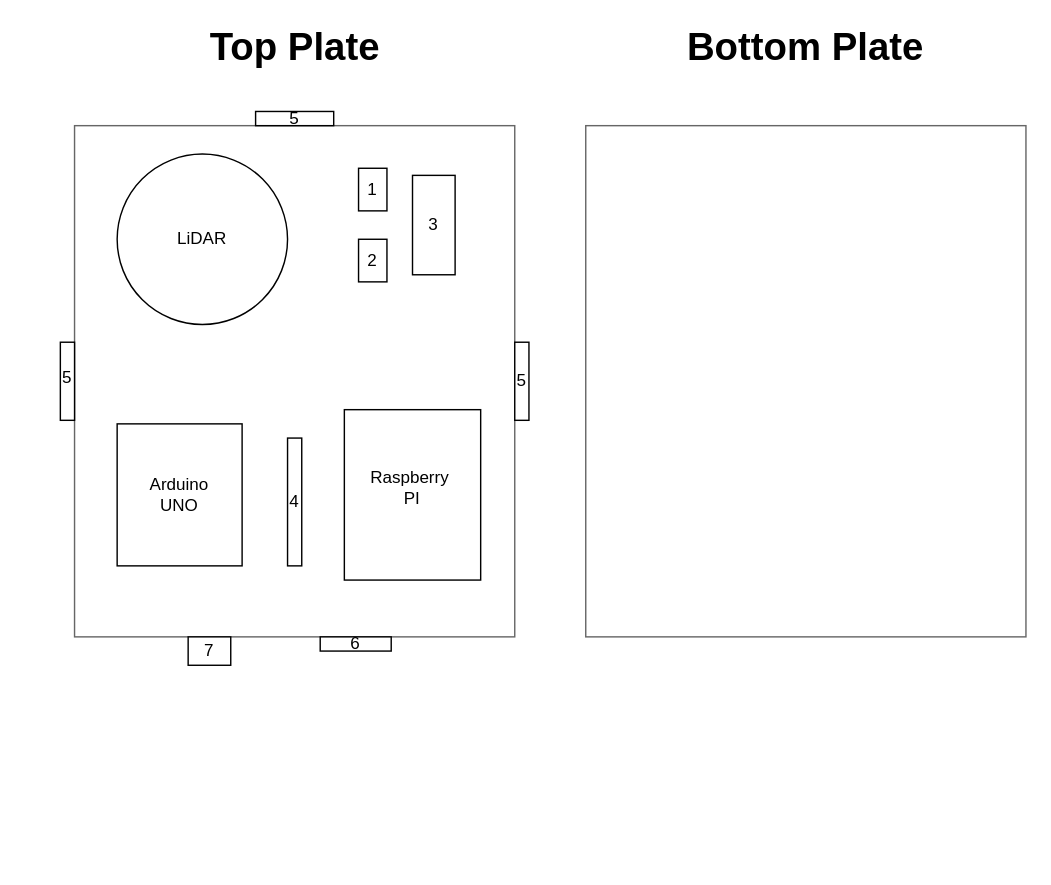
This is HardwareOverview.drawio from Gab1575/MREN203_Group9, a draw.io file, before an edit. Source tidied: cells renumbered, new cells numbered last; positions are measured from the earlier drawing's top-left corner, leaving out a move shared by most shapes. Both pictures are drawn from the tidied source at 142%, with x=0, y=0 at pixel (24, 26).
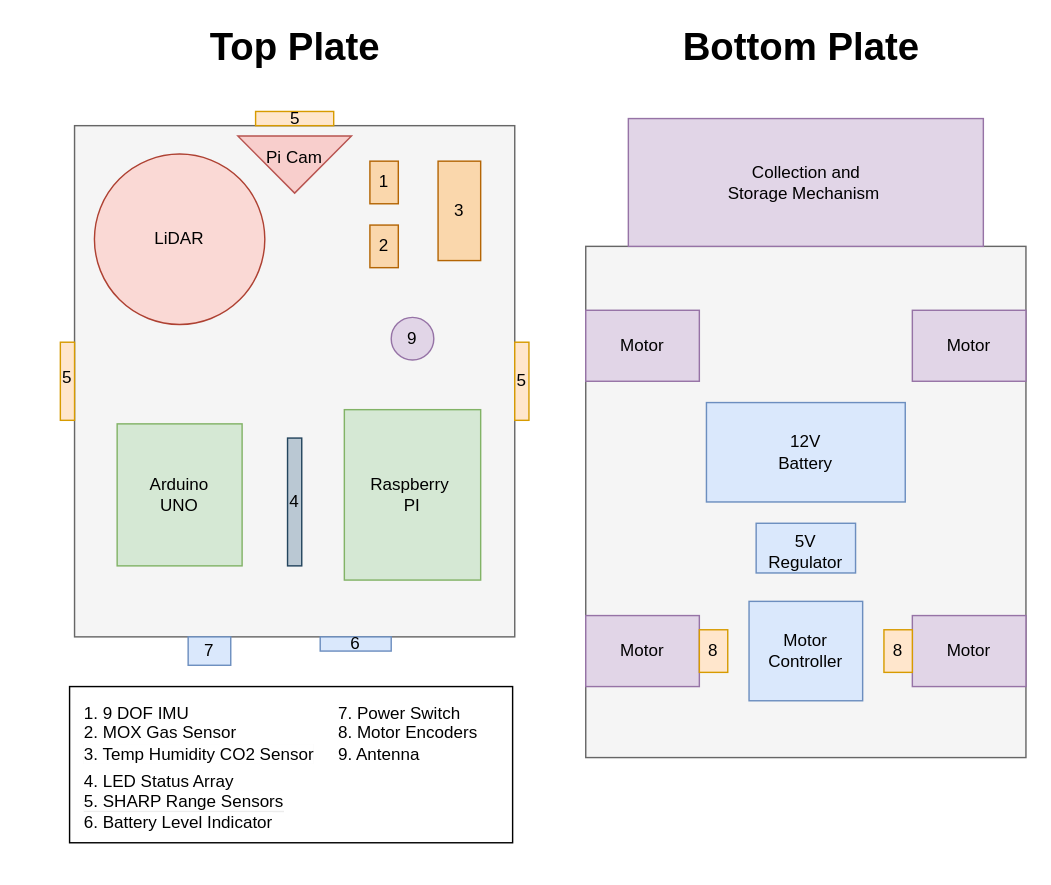
The same diagram, later.

Change to the diagram source:
```diff
@@
-    <mxCell id="2" style="rounded=0;whiteSpace=wrap;html=1;strokeColor=#666666;" parent="1" vertex="1">
+    <mxCell id="2" style="rounded=0;whiteSpace=wrap;html=1;strokeColor=#666666;fillColor=#f5f5f5;fontColor=#333333;" parent="1" vertex="1">
       <mxGeometry x="35" y="70" width="310" height="360" as="geometry" />
     </mxCell>
-    <mxCell id="3" style="ellipse;whiteSpace=wrap;html=1;" parent="1" vertex="1">
-      <mxGeometry x="65" y="90" width="120" height="120" as="geometry" />
+    <mxCell id="3" style="ellipse;whiteSpace=wrap;html=1;fillColor=#fad9d5;strokeColor=#ae4132;" parent="1" vertex="1">
+      <mxGeometry x="49" y="90" width="120" height="120" as="geometry" />
     </mxCell>
-    <mxCell id="4" style="rounded=0;whiteSpace=wrap;html=1;" parent="1" vertex="1">
+    <mxCell id="4" style="rounded=0;whiteSpace=wrap;html=1;fillColor=#d5e8d4;strokeColor=#82b366;" parent="1" vertex="1">
       <mxGeometry x="225" y="270" width="96" height="120" as="geometry" />
     </mxCell>
-    <mxCell id="5" style="rounded=0;whiteSpace=wrap;html=1;" parent="1" vertex="1">
+    <mxCell id="5" style="rounded=0;whiteSpace=wrap;html=1;fillColor=#d5e8d4;strokeColor=#82b366;" parent="1" vertex="1">
       <mxGeometry x="65" y="280" width="88" height="100" as="geometry" />
     </mxCell>
-    <mxCell id="6" style="rounded=0;whiteSpace=wrap;html=1;" parent="1" vertex="1">
-      <mxGeometry x="235" y="150" width="20" height="30" as="geometry" />
+    <mxCell id="6" style="rounded=0;whiteSpace=wrap;html=1;fillColor=#fad7ac;strokeColor=#b46504;" parent="1" vertex="1">
+      <mxGeometry x="243" y="140" width="20" height="30" as="geometry" />
     </mxCell>
-    <mxCell id="7" style="rounded=0;whiteSpace=wrap;html=1;" parent="1" vertex="1">
-      <mxGeometry x="235" y="100" width="20" height="30" as="geometry" />
+    <mxCell id="7" style="rounded=0;whiteSpace=wrap;html=1;fillColor=#fad7ac;strokeColor=#b46504;" parent="1" vertex="1">
+      <mxGeometry x="243" y="95" width="20" height="30" as="geometry" />
     </mxCell>
-    <mxCell id="8" style="rounded=0;whiteSpace=wrap;html=1;" parent="1" vertex="1">
-      <mxGeometry x="273" y="105" width="30" height="70" as="geometry" />
+    <mxCell id="8" style="rounded=0;whiteSpace=wrap;html=1;fillColor=#fad7ac;strokeColor=#b46504;" parent="1" vertex="1">
+      <mxGeometry x="291" y="95" width="30" height="70" as="geometry" />
     </mxCell>
-    <mxCell id="9" style="rounded=0;whiteSpace=wrap;html=1;strokeColor=#666666;" parent="1" vertex="1">
-      <mxGeometry x="395" y="70" width="310" height="360" as="geometry" />
+    <mxCell id="9" style="rounded=0;whiteSpace=wrap;html=1;strokeColor=#666666;fillColor=#f5f5f5;fontColor=#333333;" parent="1" vertex="1">
+      <mxGeometry x="395" y="155" width="310" height="360" as="geometry" />
     </mxCell>
     <mxCell id="10" value="LiDAR" style="text;html=1;whiteSpace=wrap;strokeColor=none;fillColor=none;align=center;verticalAlign=middle;rounded=0;" parent="1" vertex="1">
-      <mxGeometry x="95" y="135" width="60" height="30" as="geometry" />
+      <mxGeometry x="79" y="135" width="60" height="30" as="geometry" />
     </mxCell>
@@
     <mxCell id="12" value="Raspberry&amp;nbsp;&lt;div&gt;PI&lt;/div&gt;" style="text;html=1;whiteSpace=wrap;strokeColor=none;fillColor=none;align=center;verticalAlign=middle;rounded=0;" parent="1" vertex="1">
-      <mxGeometry x="243" y="310" width="60" height="30" as="geometry" />
+      <mxGeometry x="243" y="315" width="60" height="30" as="geometry" />
     </mxCell>
     <mxCell id="13" value="1" style="text;html=1;whiteSpace=wrap;strokeColor=none;fillColor=none;align=center;verticalAlign=middle;rounded=0;" parent="1" vertex="1">
-      <mxGeometry x="215" y="100" width="60" height="30" as="geometry" />
+      <mxGeometry x="228" y="95" width="50" height="30" as="geometry" />
     </mxCell>
     <mxCell id="14" value="2" style="text;html=1;whiteSpace=wrap;strokeColor=none;fillColor=none;align=center;verticalAlign=middle;rounded=0;" parent="1" vertex="1">
-      <mxGeometry x="215" y="150" width="60" height="30" as="geometry" />
+      <mxGeometry x="223" y="140" width="60" height="30" as="geometry" />
     </mxCell>
     <mxCell id="15" value="3" style="text;html=1;whiteSpace=wrap;strokeColor=none;fillColor=none;align=center;verticalAlign=middle;rounded=0;" parent="1" vertex="1">
-      <mxGeometry x="258" y="125" width="60" height="30" as="geometry" />
+      <mxGeometry x="276" y="115" width="60" height="30" as="geometry" />
     </mxCell>
-    <mxCell id="16" style="rounded=0;whiteSpace=wrap;html=1;" parent="1" vertex="1">
+    <mxCell id="16" style="rounded=0;whiteSpace=wrap;html=1;fillColor=#bac8d3;strokeColor=#23445d;" parent="1" vertex="1">
       <mxGeometry x="185" y="290" width="10" height="90" as="geometry" />
     </mxCell>
@@
-    <mxCell id="18" style="rounded=0;whiteSpace=wrap;html=1;" parent="1" vertex="1">
+    <mxCell id="18" style="rounded=0;whiteSpace=wrap;html=1;fillColor=#ffe6cc;strokeColor=#d79b00;" parent="1" vertex="1">
       <mxGeometry x="345" y="222.5" width="10" height="55" as="geometry" />
     </mxCell>
@@
-    <mxCell id="20" style="rounded=0;whiteSpace=wrap;html=1;" parent="1" vertex="1">
+    <mxCell id="20" style="rounded=0;whiteSpace=wrap;html=1;fillColor=#ffe6cc;strokeColor=#d79b00;" parent="1" vertex="1">
       <mxGeometry x="25" y="222.5" width="10" height="55" as="geometry" />
     </mxCell>
@@
-    <mxCell id="22" style="rounded=0;whiteSpace=wrap;html=1;" parent="1" vertex="1">
+    <mxCell id="22" style="rounded=0;whiteSpace=wrap;html=1;fillColor=#ffe6cc;strokeColor=#d79b00;" parent="1" vertex="1">
       <mxGeometry x="162.5" y="60" width="55" height="10" as="geometry" />
     </mxCell>
     <mxCell id="23" value="5" style="text;html=1;whiteSpace=wrap;strokeColor=none;fillColor=none;align=center;verticalAlign=middle;rounded=0;" parent="1" vertex="1">
-      <mxGeometry x="160" y="52.5" width="60" height="25" as="geometry" />
+      <mxGeometry x="172.5" y="52.5" width="35" height="25" as="geometry" />
     </mxCell>
-    <mxCell id="24" style="rounded=0;whiteSpace=wrap;html=1;" parent="1" vertex="1">
+    <mxCell id="24" style="rounded=0;whiteSpace=wrap;html=1;fillColor=#dae8fc;strokeColor=#6c8ebf;" parent="1" vertex="1">
       <mxGeometry x="208" y="430" width="50" height="10" as="geometry" />
     </mxCell>
@@
-    <mxCell id="26" style="rounded=0;whiteSpace=wrap;html=1;" parent="1" vertex="1">
+    <mxCell id="26" style="rounded=0;whiteSpace=wrap;html=1;fillColor=#dae8fc;strokeColor=#6c8ebf;" parent="1" vertex="1">
       <mxGeometry x="115" y="430" width="30" height="20" as="geometry" />
     </mxCell>
@@
     <mxCell id="28" value="&lt;font style=&quot;font-size: 27px;&quot;&gt;&lt;b&gt;Top Plate&lt;/b&gt;&lt;/font&gt;" style="text;html=1;whiteSpace=wrap;strokeColor=none;fillColor=none;align=center;verticalAlign=middle;rounded=0;" parent="1" vertex="1">
-      <mxGeometry x="108.8" width="162.5" height="30" as="geometry" />
+      <mxGeometry x="108.7" width="162.5" height="30" as="geometry" />
     </mxCell>
     <mxCell id="29" value="&lt;font style=&quot;font-size: 27px;&quot;&gt;&lt;b&gt;Bottom Plate&lt;/b&gt;&lt;/font&gt;" style="text;html=1;whiteSpace=wrap;strokeColor=none;fillColor=none;align=center;verticalAlign=middle;rounded=0;" parent="1" vertex="1">
-      <mxGeometry x="461.9" width="176.2" height="30" as="geometry" />
+      <mxGeometry x="458.8" width="176.2" height="30" as="geometry" />
     </mxCell>
+    <mxCell id="30" style="rounded=0;whiteSpace=wrap;html=1;fillColor=#e1d5e7;strokeColor=#9673a6;" parent="1" vertex="1">
+      <mxGeometry x="395" y="415" width="80" height="50" as="geometry" />
+    </mxCell>
+    <mxCell id="31" style="rounded=0;whiteSpace=wrap;html=1;fillColor=#e1d5e7;strokeColor=#9673a6;" parent="1" vertex="1">
+      <mxGeometry x="625" y="415" width="80" height="50" as="geometry" />
+    </mxCell>
+    <mxCell id="32" style="rounded=0;whiteSpace=wrap;html=1;fillColor=#e1d5e7;strokeColor=#9673a6;" parent="1" vertex="1">
+      <mxGeometry x="395" y="200" width="80" height="50" as="geometry" />
+    </mxCell>
+    <mxCell id="33" style="rounded=0;whiteSpace=wrap;html=1;fillColor=#e1d5e7;strokeColor=#9673a6;" parent="1" vertex="1">
+      <mxGeometry x="625" y="200" width="80" height="50" as="geometry" />
+    </mxCell>
+    <mxCell id="34" value="Motor" style="text;html=1;whiteSpace=wrap;strokeColor=none;fillColor=none;align=center;verticalAlign=middle;rounded=0;" parent="1" vertex="1">
+      <mxGeometry x="405" y="210" width="60" height="30" as="geometry" />
+    </mxCell>
+    <mxCell id="35" value="Motor" style="text;html=1;whiteSpace=wrap;strokeColor=none;fillColor=none;align=center;verticalAlign=middle;rounded=0;" parent="1" vertex="1">
+      <mxGeometry x="405" y="425" width="60" height="30" as="geometry" />
+    </mxCell>
+    <mxCell id="36" value="Motor" style="text;html=1;whiteSpace=wrap;strokeColor=none;fillColor=none;align=center;verticalAlign=middle;rounded=0;" parent="1" vertex="1">
+      <mxGeometry x="635" y="210" width="60" height="30" as="geometry" />
+    </mxCell>
+    <mxCell id="37" value="Motor" style="text;html=1;whiteSpace=wrap;strokeColor=none;fillColor=none;align=center;verticalAlign=middle;rounded=0;" parent="1" vertex="1">
+      <mxGeometry x="635" y="425" width="60" height="30" as="geometry" />
+    </mxCell>
+    <mxCell id="38" style="rounded=0;whiteSpace=wrap;html=1;fillColor=#dae8fc;strokeColor=#6c8ebf;" parent="1" vertex="1">
+      <mxGeometry x="480" y="265" width="140" height="70" as="geometry" />
+    </mxCell>
+    <mxCell id="39" value="12V Battery" style="text;html=1;whiteSpace=wrap;strokeColor=none;fillColor=none;align=center;verticalAlign=middle;rounded=0;" parent="1" vertex="1">
+      <mxGeometry x="520" y="285" width="60" height="30" as="geometry" />
+    </mxCell>
+    <mxCell id="40" style="rounded=0;whiteSpace=wrap;html=1;fillColor=#dae8fc;strokeColor=#6c8ebf;" parent="1" vertex="1">
+      <mxGeometry x="515" y="350" width="70" height="35" as="geometry" />
+    </mxCell>
+    <mxCell id="41" value="5V Regulator" style="text;html=1;whiteSpace=wrap;strokeColor=none;fillColor=none;align=center;verticalAlign=middle;rounded=0;" parent="1" vertex="1">
+      <mxGeometry x="520" y="355" width="60" height="30" as="geometry" />
+    </mxCell>
+    <mxCell id="42" style="rounded=0;whiteSpace=wrap;html=1;fillColor=#dae8fc;strokeColor=#6c8ebf;" parent="1" vertex="1">
+      <mxGeometry x="510" y="405" width="80" height="70" as="geometry" />
+    </mxCell>
+    <mxCell id="43" value="Motor Controller" style="text;html=1;whiteSpace=wrap;strokeColor=none;fillColor=none;align=center;verticalAlign=middle;rounded=0;" parent="1" vertex="1">
+      <mxGeometry x="520" y="425" width="60" height="30" as="geometry" />
+    </mxCell>
+    <mxCell id="44" style="rounded=0;whiteSpace=wrap;html=1;fillColor=#ffe6cc;strokeColor=#d79b00;" parent="1" vertex="1">
+      <mxGeometry x="475" y="425" width="20" height="30" as="geometry" />
+    </mxCell>
+    <mxCell id="45" style="rounded=0;whiteSpace=wrap;html=1;fillColor=#ffe6cc;strokeColor=#d79b00;" parent="1" vertex="1">
+      <mxGeometry x="605" y="425" width="20" height="30" as="geometry" />
+    </mxCell>
+    <mxCell id="46" value="8" style="text;html=1;whiteSpace=wrap;strokeColor=none;fillColor=none;align=center;verticalAlign=middle;rounded=0;" parent="1" vertex="1">
+      <mxGeometry x="455" y="425" width="60" height="30" as="geometry" />
+    </mxCell>
+    <mxCell id="47" value="8" style="text;html=1;whiteSpace=wrap;strokeColor=none;fillColor=none;align=center;verticalAlign=middle;rounded=0;" parent="1" vertex="1">
+      <mxGeometry x="585" y="425" width="60" height="30" as="geometry" />
+    </mxCell>
+    <mxCell id="48" style="triangle;whiteSpace=wrap;html=1;rotation=90;fillColor=#f8cecc;strokeColor=#b85450;" parent="1" vertex="1">
+      <mxGeometry x="169.9" y="57.4" width="40.2" height="80" as="geometry" />
+    </mxCell>
+    <mxCell id="49" value="Pi Cam" style="text;html=1;whiteSpace=wrap;strokeColor=none;fillColor=none;align=center;verticalAlign=middle;rounded=0;" parent="1" vertex="1">
+      <mxGeometry x="160" y="77.5" width="60" height="30" as="geometry" />
+    </mxCell>
+    <mxCell id="50" style="rounded=0;whiteSpace=wrap;html=1;fillColor=#E1D5E7;strokeColor=#9673a6;" parent="1" vertex="1">
+      <mxGeometry x="425" y="65" width="250" height="90" as="geometry" />
+    </mxCell>
+    <mxCell id="51" value="Collection and Storage Mechanism&amp;nbsp;" style="text;html=1;whiteSpace=wrap;strokeColor=none;fillColor=none;align=center;verticalAlign=middle;rounded=0;" parent="1" vertex="1">
+      <mxGeometry x="492.5" y="95" width="115" height="30" as="geometry" />
+    </mxCell>
+    <mxCell id="52" style="ellipse;whiteSpace=wrap;html=1;fillColor=#e1d5e7;strokeColor=#9673a6;" parent="1" vertex="1">
+      <mxGeometry x="258" y="205" width="30" height="30" as="geometry" />
+    </mxCell>
+    <mxCell id="53" value="9" style="text;html=1;whiteSpace=wrap;strokeColor=none;fillColor=none;align=center;verticalAlign=middle;rounded=0;" parent="1" vertex="1">
+      <mxGeometry x="243" y="205" width="60" height="30" as="geometry" />
+    </mxCell>
+    <mxCell id="54" style="rounded=0;whiteSpace=wrap;html=1;" parent="1" vertex="1">
+      <mxGeometry x="31.5" y="465" width="312" height="110" as="geometry" />
+    </mxCell>
+    <mxCell id="55" value="&lt;div style=&quot;forced-color-adjust: none; color: rgb(0, 0, 0); font-family: Helvetica; font-size: 12px; font-style: normal; font-variant-ligatures: normal; font-variant-caps: normal; font-weight: 400; letter-spacing: normal; orphans: 2; text-align: left; text-indent: 0px; text-transform: none; widows: 2; word-spacing: 0px; -webkit-text-stroke-width: 0px; white-space: normal; text-decoration-thickness: initial; text-decoration-style: initial; text-decoration-color: initial;&quot;&gt;&lt;span style=&quot;background-color: light-dark(#ffffff, var(--ge-dark-color, #121212));&quot;&gt;4. LED Status Array&lt;/span&gt;&lt;/div&gt;&lt;div style=&quot;forced-color-adjust: none; color: rgb(0, 0, 0); font-family: Helvetica; font-size: 12px; font-style: normal; font-variant-ligatures: normal; font-variant-caps: normal; font-weight: 400; letter-spacing: normal; orphans: 2; text-align: left; text-indent: 0px; text-transform: none; widows: 2; word-spacing: 0px; -webkit-text-stroke-width: 0px; white-space: normal; text-decoration-thickness: initial; text-decoration-style: initial; text-decoration-color: initial; background-color: rgb(236, 236, 236);&quot;&gt;&lt;span style=&quot;background-color: light-dark(#ffffff, var(--ge-dark-color, #121212));&quot;&gt;5. SHARP Range Sensors&lt;/span&gt;&lt;/div&gt;&lt;div style=&quot;forced-color-adjust: none; color: rgb(0, 0, 0); font-family: Helvetica; font-size: 12px; font-style: normal; font-variant-ligatures: normal; font-variant-caps: normal; font-weight: 400; letter-spacing: normal; orphans: 2; text-align: left; text-indent: 0px; text-transform: none; widows: 2; word-spacing: 0px; -webkit-text-stroke-width: 0px; white-space: normal; text-decoration-thickness: initial; text-decoration-style: initial; text-decoration-color: initial;&quot;&gt;&lt;span style=&quot;background-color: light-dark(#ffffff, var(--ge-dark-color, #121212));&quot;&gt;6. Battery Level Indicator&lt;/span&gt;&lt;/div&gt;" style="text;whiteSpace=wrap;html=1;" parent="1" vertex="1">
+      <mxGeometry x="39.5" y="518" width="170" height="70" as="geometry" />
+    </mxCell>
+    <mxCell id="56" value="&lt;div style=&quot;forced-color-adjust: none; color: rgb(0, 0, 0); font-family: Helvetica; font-size: 12px; font-style: normal; font-variant-ligatures: normal; font-variant-caps: normal; font-weight: 400; letter-spacing: normal; orphans: 2; text-align: left; text-indent: 0px; text-transform: none; widows: 2; word-spacing: 0px; -webkit-text-stroke-width: 0px; white-space: normal; text-decoration-thickness: initial; text-decoration-style: initial; text-decoration-color: initial;&quot;&gt;&lt;span style=&quot;background-color: light-dark(#ffffff, var(--ge-dark-color, #121212));&quot;&gt;7. Power Switch&lt;/span&gt;&lt;/div&gt;&lt;div style=&quot;forced-color-adjust: none; color: rgb(0, 0, 0); font-family: Helvetica; font-size: 12px; font-style: normal; font-variant-ligatures: normal; font-variant-caps: normal; font-weight: 400; letter-spacing: normal; orphans: 2; text-align: left; text-indent: 0px; text-transform: none; widows: 2; word-spacing: 0px; -webkit-text-stroke-width: 0px; white-space: normal; text-decoration-thickness: initial; text-decoration-style: initial; text-decoration-color: initial;&quot;&gt;&lt;span style=&quot;background-color: light-dark(#ffffff, var(--ge-dark-color, #121212));&quot;&gt;8. Motor Encoders&lt;/span&gt;&lt;/div&gt;&lt;div style=&quot;forced-color-adjust: none; color: rgb(0, 0, 0); font-family: Helvetica; font-size: 12px; font-style: normal; font-variant-ligatures: normal; font-variant-caps: normal; font-weight: 400; letter-spacing: normal; orphans: 2; text-align: left; text-indent: 0px; text-transform: none; widows: 2; word-spacing: 0px; -webkit-text-stroke-width: 0px; white-space: normal; text-decoration-thickness: initial; text-decoration-style: initial; text-decoration-color: initial;&quot;&gt;&lt;span style=&quot;background-color: light-dark(#ffffff, var(--ge-dark-color, #121212));&quot;&gt;9. Antenna&amp;nbsp;&lt;/span&gt;&lt;/div&gt;" style="text;whiteSpace=wrap;html=1;" parent="1" vertex="1">
+      <mxGeometry x="218.5" y="470" width="130" height="70" as="geometry" />
+    </mxCell>
+    <mxCell id="57" value="&lt;span style=&quot;color: rgb(0, 0, 0); font-family: Helvetica; font-size: 12px; font-style: normal; font-variant-ligatures: normal; font-variant-caps: normal; font-weight: 400; letter-spacing: normal; orphans: 2; text-align: left; text-indent: 0px; text-transform: none; widows: 2; word-spacing: 0px; -webkit-text-stroke-width: 0px; white-space: normal; text-decoration-thickness: initial; text-decoration-style: initial; text-decoration-color: initial; float: none; background-color: light-dark(#ffffff, var(--ge-dark-color, #121212)); display: inline !important;&quot;&gt;1. 9 DOF IMU&lt;/span&gt;&lt;div style=&quot;forced-color-adjust: none; color: rgb(0, 0, 0); font-family: Helvetica; font-size: 12px; font-style: normal; font-variant-ligatures: normal; font-variant-caps: normal; font-weight: 400; letter-spacing: normal; orphans: 2; text-align: left; text-indent: 0px; text-transform: none; widows: 2; word-spacing: 0px; -webkit-text-stroke-width: 0px; white-space: normal; text-decoration-thickness: initial; text-decoration-style: initial; text-decoration-color: initial;&quot;&gt;&lt;span style=&quot;background-color: light-dark(#ffffff, var(--ge-dark-color, #121212));&quot;&gt;2. MOX Gas Sensor&lt;/span&gt;&lt;/div&gt;&lt;div style=&quot;forced-color-adjust: none; color: rgb(0, 0, 0); font-family: Helvetica; font-size: 12px; font-style: normal; font-variant-ligatures: normal; font-variant-caps: normal; font-weight: 400; letter-spacing: normal; orphans: 2; text-align: left; text-indent: 0px; text-transform: none; widows: 2; word-spacing: 0px; -webkit-text-stroke-width: 0px; white-space: normal; text-decoration-thickness: initial; text-decoration-style: initial; text-decoration-color: initial; background-color: rgb(236, 236, 236);&quot;&gt;&lt;span style=&quot;background-color: light-dark(#ffffff, var(--ge-dark-color, #121212));&quot;&gt;3. Temp Humidity CO2 Sensor&lt;/span&gt;&lt;/div&gt;" style="text;whiteSpace=wrap;html=1;" parent="1" vertex="1">
+      <mxGeometry x="39.5" y="470" width="200" height="70" as="geometry" />
+    </mxCell>
```
